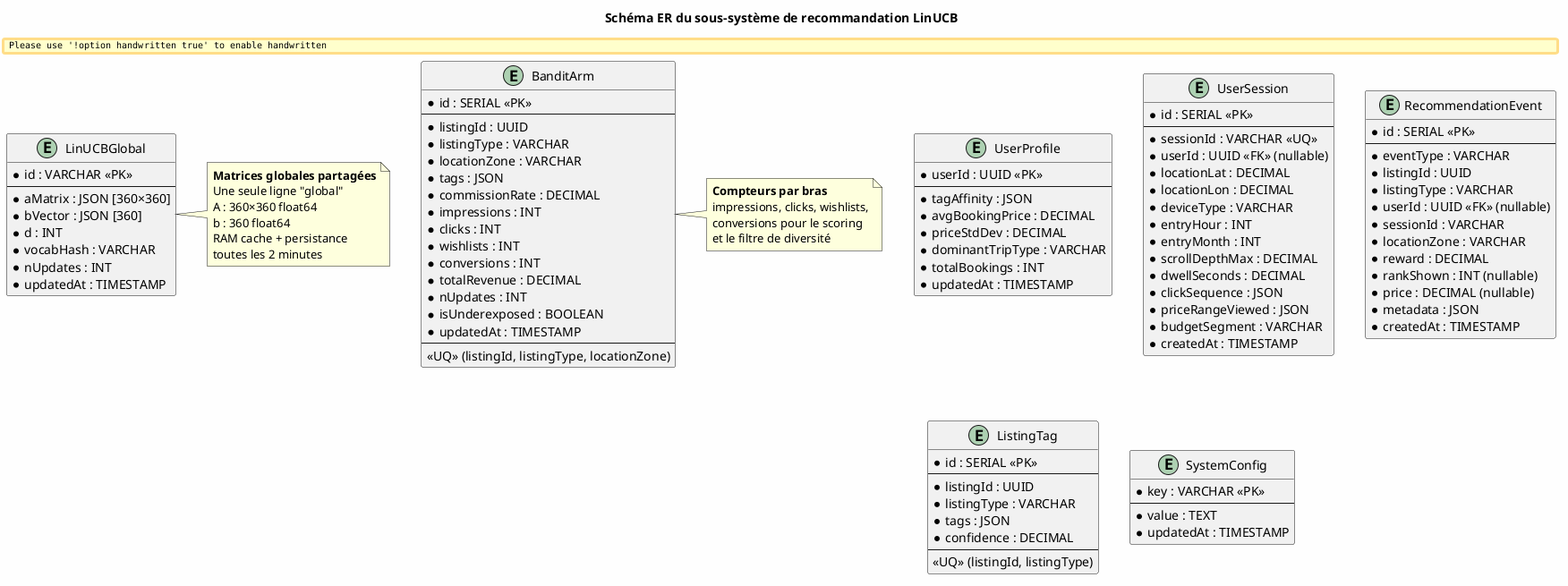
This is diagrams/fig_03_er_diagram_recommender.png from ahmed-addali/rapport, a PlantUML export, as it was before one commit.
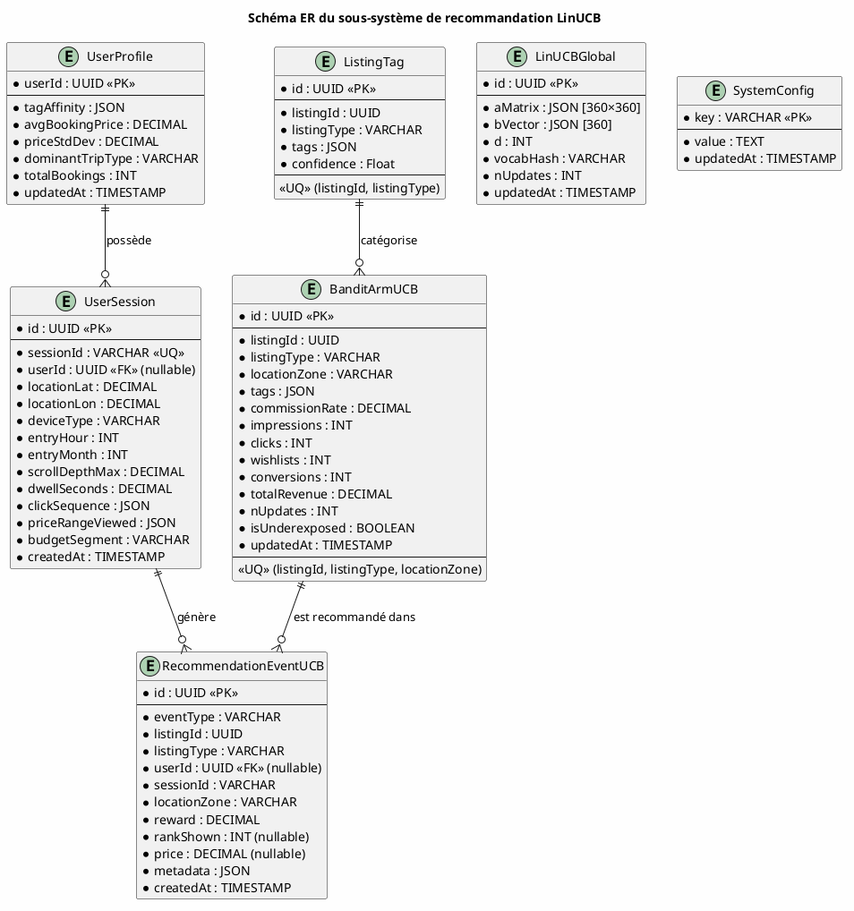
Above is the later version.

What changed in the source:
```diff
@@ -1,14 +1,14 @@
 @startuml
 skinparam backgroundColor #FEFEFE
-skinparam handwritten false
+
 skinparam defaultFontName "Arial"
 
 title Schéma ER du sous-système de recommandation LinUCB
 
 !define table entity
 
-entity "BanditArm" as BA {
-  * id : SERIAL <<PK>>
+entity "BanditArmUCB" as BA {
+  * id : UUID <<PK>>
   --
   * listingId : UUID
   * listingType : VARCHAR
@@ -28,7 +28,7 @@
 }
 
 entity "LinUCBGlobal" as LG {
-  * id : VARCHAR <<PK>>
+  * id : UUID <<PK>>
   --
   * aMatrix : JSON [360×360]
   * bVector : JSON [360]
@@ -50,7 +50,7 @@
 }
 
 entity "UserSession" as US {
-  * id : SERIAL <<PK>>
+  * id : UUID <<PK>>
   --
   * sessionId : VARCHAR <<UQ>>
   * userId : UUID <<FK>> (nullable)
@@ -67,8 +67,8 @@
   * createdAt : TIMESTAMP
 }
 
-entity "RecommendationEvent" as RE {
-  * id : SERIAL <<PK>>
+entity "RecommendationEventUCB" as RE {
+  * id : UUID <<PK>>
   --
   * eventType : VARCHAR
   * listingId : UUID
@@ -84,12 +84,12 @@
 }
 
 entity "ListingTag" as LT {
-  * id : SERIAL <<PK>>
+  * id : UUID <<PK>>
   --
   * listingId : UUID
   * listingType : VARCHAR
   * tags : JSON
-  * confidence : DECIMAL
+  * confidence : Float
   --
   <<UQ>> (listingId, listingType)
 }
@@ -101,20 +101,15 @@
   * updatedAt : TIMESTAMP
 }
 
-note right of LG
-  **Matrices globales partagées**
-  Une seule ligne "global"
-  A : 360×360 float64
-  b : 360 float64
-  RAM cache + persistance
-  toutes les 2 minutes
-end note
 
-note right of BA
-  **Compteurs par bras**
-  impressions, clicks, wishlists,
-  conversions pour le scoring
-  et le filtre de diversité
-end note
+
+
+UP ||--o{ US : "possède"
+
+US ||--o{ RE : "génère"
+
+BA ||--o{ RE : "est recommandé dans"
+
+LT ||--o{ BA : "catégorise"
 
 @enduml
```
